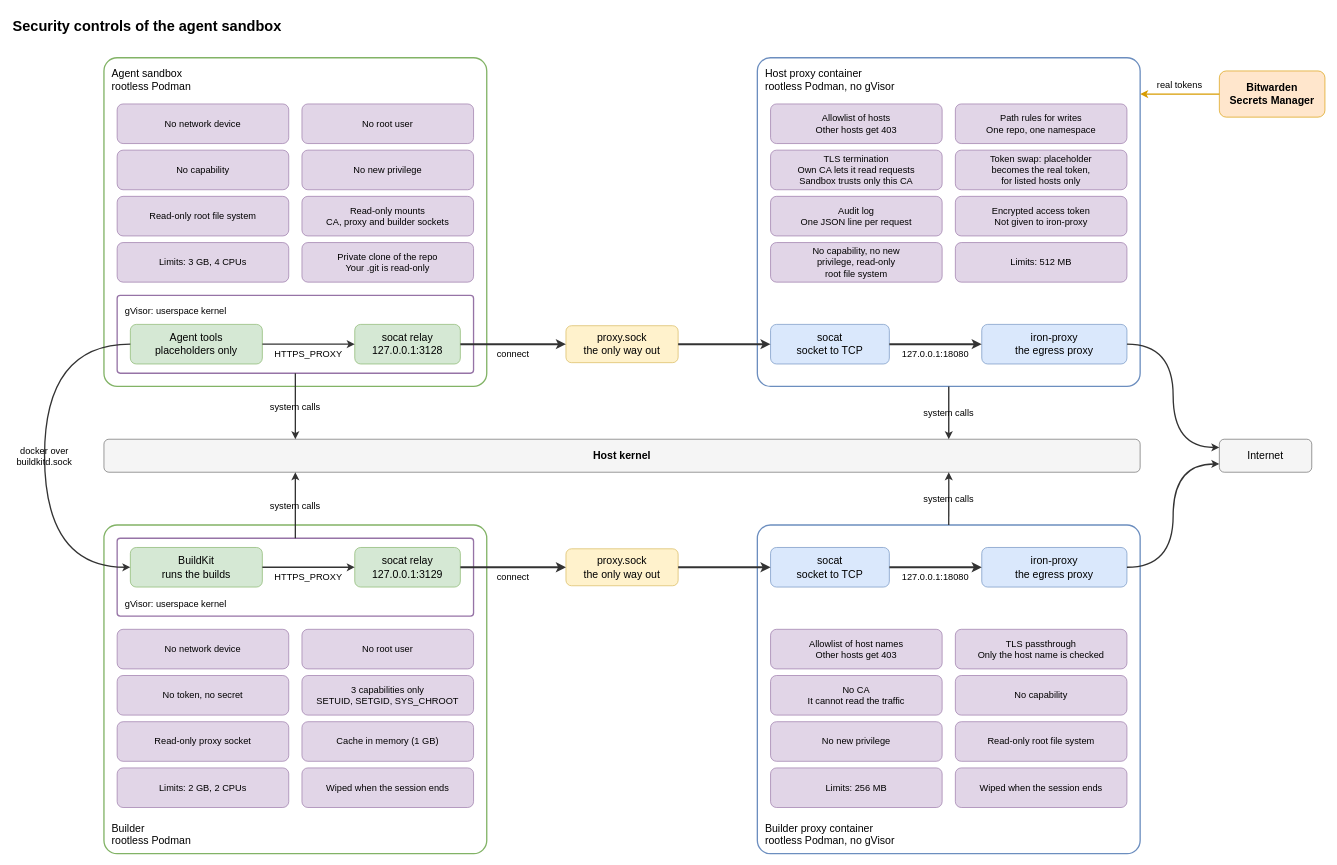
Earlier version of the draw.io diagram .sandbox/docs/diagrams/security-controls.drawio (raghav19/engineersdaybook). Source tidied: cells renumbered, new cells numbered last; positions are measured from the earlier drawing's top-left corner, leaving out a move shared by most shapes. Both pictures are drawn from the tidied source at 66%, with x=0, y=0 at pixel (11, 11).
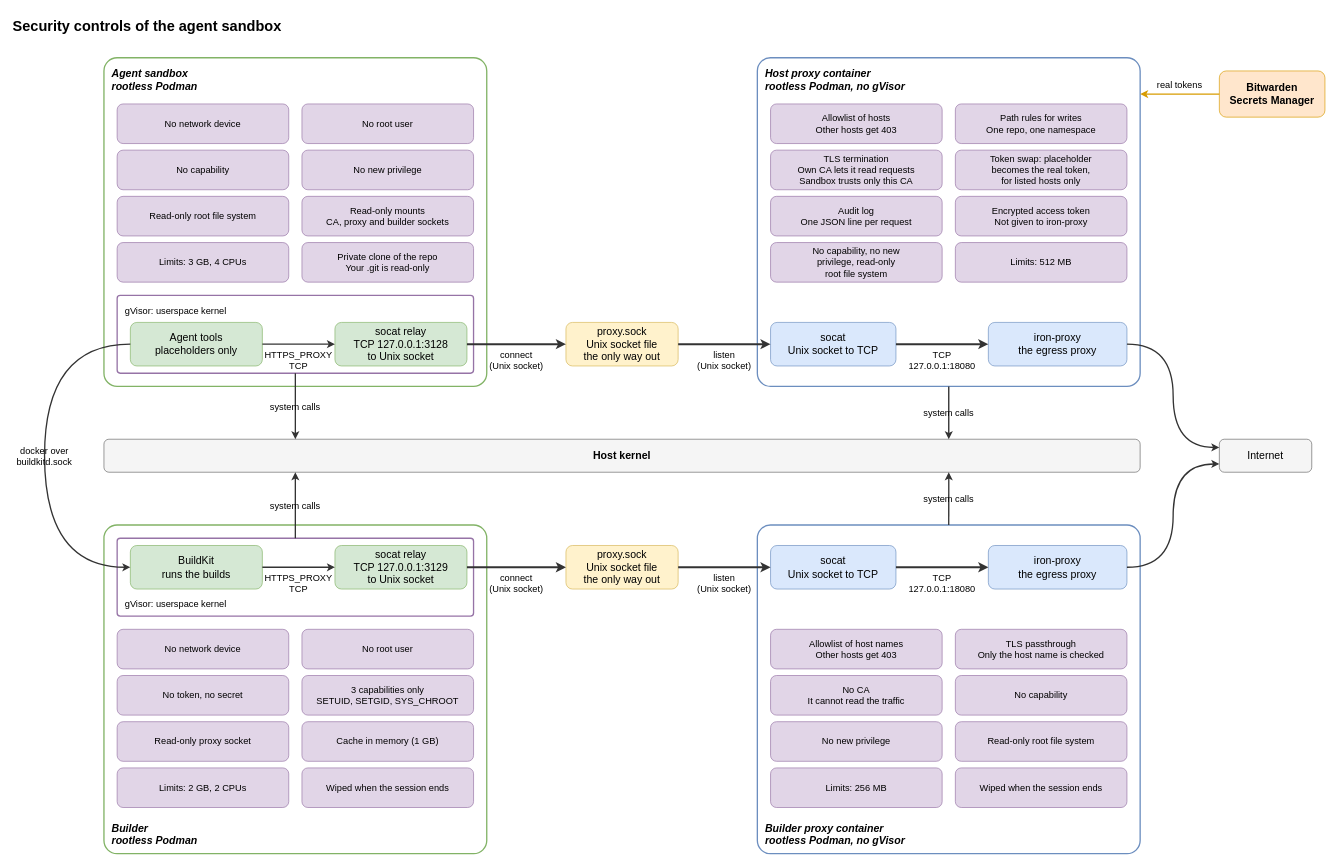
The same page after the edit.

Commit message (it also covers changes not shown here):
sandbox: name the TCP and Unix socket steps in the controls diagram

The relay boxes show TCP and the ports 3128 and 3129. The lines name the
Unix socket calls and the TCP step to iron-proxy. The container titles
are bold italic.

Change to the diagram source:
```diff
@@
-    <mxCell id="3" value="Host proxy container&#10;rootless Podman, no gVisor" style="rounded=1;arcSize=4;whiteSpace=wrap;html=0;fontSize=16;fillColor=#ffffff;strokeColor=#6c8ebf;strokeWidth=2;align=left;spacingLeft=10;verticalAlign=top;spacingTop=8;" parent="1" vertex="1">
+    <mxCell id="3" value="Host proxy container&#10;rootless Podman, no gVisor" style="rounded=1;arcSize=4;whiteSpace=wrap;html=0;fontSize=16;fillColor=#ffffff;strokeColor=#6c8ebf;strokeWidth=2;align=left;spacingLeft=10;fontStyle=3;verticalAlign=top;spacingTop=8;" parent="1" vertex="1">
       <mxGeometry x="1130" y="70" width="580" height="498" as="geometry" />
     </mxCell>
-    <mxCell id="4" value="socat&#10;socket to TCP" style="rounded=1;whiteSpace=wrap;html=0;fontSize=16;fillColor=#dae8fc;strokeColor=#6c8ebf;" parent="1" vertex="1">
-      <mxGeometry x="1150" y="474" width="180" height="60" as="geometry" />
+    <mxCell id="4" value="socat&#10;Unix socket to TCP" style="rounded=1;whiteSpace=wrap;html=0;fontSize=16;fillColor=#dae8fc;strokeColor=#6c8ebf;" parent="1" vertex="1">
+      <mxGeometry x="1150" y="471" width="190" height="66" as="geometry" />
     </mxCell>
@@
     <mxCell id="13" value="iron-proxy&#10;the egress proxy" style="rounded=1;whiteSpace=wrap;html=0;fontSize=16;fillColor=#dae8fc;strokeColor=#6c8ebf;" parent="1" vertex="1">
-      <mxGeometry x="1470" y="474" width="220" height="60" as="geometry" />
+      <mxGeometry x="1480" y="471" width="210" height="66" as="geometry" />
     </mxCell>
-    <mxCell id="14" value="Builder proxy container&#10;rootless Podman, no gVisor" style="rounded=1;arcSize=4;whiteSpace=wrap;html=0;fontSize=16;fillColor=#ffffff;strokeColor=#6c8ebf;strokeWidth=2;align=left;spacingLeft=10;verticalAlign=bottom;spacingBottom=8;" parent="1" vertex="1">
+    <mxCell id="14" value="Builder proxy container&#10;rootless Podman, no gVisor" style="rounded=1;arcSize=4;whiteSpace=wrap;html=0;fontSize=16;fillColor=#ffffff;strokeColor=#6c8ebf;strokeWidth=2;align=left;spacingLeft=10;fontStyle=3;verticalAlign=bottom;spacingBottom=8;" parent="1" vertex="1">
       <mxGeometry x="1130" y="778" width="580" height="498" as="geometry" />
     </mxCell>
-    <mxCell id="15" value="socat&#10;socket to TCP" style="rounded=1;whiteSpace=wrap;html=0;fontSize=16;fillColor=#dae8fc;strokeColor=#6c8ebf;" parent="1" vertex="1">
-      <mxGeometry x="1150" y="812" width="180" height="60" as="geometry" />
+    <mxCell id="15" value="socat&#10;Unix socket to TCP" style="rounded=1;whiteSpace=wrap;html=0;fontSize=16;fillColor=#dae8fc;strokeColor=#6c8ebf;" parent="1" vertex="1">
+      <mxGeometry x="1150" y="809" width="190" height="66" as="geometry" />
     </mxCell>
@@
     <mxCell id="24" value="iron-proxy&#10;the egress proxy" style="rounded=1;whiteSpace=wrap;html=0;fontSize=16;fillColor=#dae8fc;strokeColor=#6c8ebf;" parent="1" vertex="1">
-      <mxGeometry x="1470" y="812" width="220" height="60" as="geometry" />
+      <mxGeometry x="1480" y="809" width="210" height="66" as="geometry" />
     </mxCell>
-    <mxCell id="25" value="Agent sandbox&#10;rootless Podman" style="rounded=1;arcSize=4;whiteSpace=wrap;html=0;fontSize=16;fillColor=#ffffff;strokeColor=#82b366;strokeWidth=2;align=left;spacingLeft=10;verticalAlign=top;spacingTop=8;" parent="1" vertex="1">
+    <mxCell id="25" value="Agent sandbox&#10;rootless Podman" style="rounded=1;arcSize=4;whiteSpace=wrap;html=0;fontSize=16;fillColor=#ffffff;strokeColor=#82b366;strokeWidth=2;align=left;spacingLeft=10;fontStyle=3;verticalAlign=top;spacingTop=8;" parent="1" vertex="1">
       <mxGeometry x="140" y="70" width="580" height="498" as="geometry" />
     </mxCell>
@@
     <mxCell id="35" value="Agent tools&#10;placeholders only" style="rounded=1;whiteSpace=wrap;html=0;fontSize=16;fillColor=#d5e8d4;strokeColor=#82b366;" parent="1" vertex="1">
-      <mxGeometry x="180" y="474" width="200" height="60" as="geometry" />
+      <mxGeometry x="180" y="471" width="200" height="66" as="geometry" />
     </mxCell>
-    <mxCell id="36" value="socat relay&#10;127.0.0.1:3128" style="rounded=1;whiteSpace=wrap;html=0;fontSize=16;fillColor=#d5e8d4;strokeColor=#82b366;" parent="1" vertex="1">
-      <mxGeometry x="520" y="474" width="160" height="60" as="geometry" />
+    <mxCell id="36" value="socat relay&#10;TCP 127.0.0.1:3128&#10;to Unix socket" style="rounded=1;whiteSpace=wrap;html=0;fontSize=16;fillColor=#d5e8d4;strokeColor=#82b366;" parent="1" vertex="1">
+      <mxGeometry x="490" y="471" width="200" height="66" as="geometry" />
     </mxCell>
-    <mxCell id="37" value="Builder&#10;rootless Podman" style="rounded=1;arcSize=4;whiteSpace=wrap;html=0;fontSize=16;fillColor=#ffffff;strokeColor=#82b366;strokeWidth=2;align=left;spacingLeft=10;verticalAlign=bottom;spacingBottom=8;" parent="1" vertex="1">
+    <mxCell id="37" value="Builder&#10;rootless Podman" style="rounded=1;arcSize=4;whiteSpace=wrap;html=0;fontSize=16;fillColor=#ffffff;strokeColor=#82b366;strokeWidth=2;align=left;spacingLeft=10;fontStyle=3;verticalAlign=bottom;spacingBottom=8;" parent="1" vertex="1">
       <mxGeometry x="140" y="778" width="580" height="498" as="geometry" />
     </mxCell>
@@
     <mxCell id="47" value="BuildKit&#10;runs the builds" style="rounded=1;whiteSpace=wrap;html=0;fontSize=16;fillColor=#d5e8d4;strokeColor=#82b366;" parent="1" vertex="1">
-      <mxGeometry x="180" y="812" width="200" height="60" as="geometry" />
+      <mxGeometry x="180" y="809" width="200" height="66" as="geometry" />
     </mxCell>
-    <mxCell id="48" value="socat relay&#10;127.0.0.1:3129" style="rounded=1;whiteSpace=wrap;html=0;fontSize=16;fillColor=#d5e8d4;strokeColor=#82b366;" parent="1" vertex="1">
-      <mxGeometry x="520" y="812" width="160" height="60" as="geometry" />
+    <mxCell id="48" value="socat relay&#10;TCP 127.0.0.1:3129&#10;to Unix socket" style="rounded=1;whiteSpace=wrap;html=0;fontSize=16;fillColor=#d5e8d4;strokeColor=#82b366;" parent="1" vertex="1">
+      <mxGeometry x="490" y="809" width="200" height="66" as="geometry" />
     </mxCell>
-    <mxCell id="49" value="proxy.sock&#10;the only way out" style="rounded=1;whiteSpace=wrap;html=0;fontSize=16;fillColor=#fff2cc;strokeColor=#d6b656;" parent="1" vertex="1">
-      <mxGeometry x="840" y="476" width="170" height="56" as="geometry" />
+    <mxCell id="49" value="proxy.sock&#10;Unix socket file&#10;the only way out" style="rounded=1;whiteSpace=wrap;html=0;fontSize=16;fillColor=#fff2cc;strokeColor=#d6b656;" parent="1" vertex="1">
+      <mxGeometry x="840" y="471" width="170" height="66" as="geometry" />
     </mxCell>
-    <mxCell id="50" value="proxy.sock&#10;the only way out" style="rounded=1;whiteSpace=wrap;html=0;fontSize=16;fillColor=#fff2cc;strokeColor=#d6b656;" parent="1" vertex="1">
-      <mxGeometry x="840" y="814" width="170" height="56" as="geometry" />
+    <mxCell id="50" value="proxy.sock&#10;Unix socket file&#10;the only way out" style="rounded=1;whiteSpace=wrap;html=0;fontSize=16;fillColor=#fff2cc;strokeColor=#d6b656;" parent="1" vertex="1">
+      <mxGeometry x="840" y="809" width="170" height="66" as="geometry" />
     </mxCell>
@@
-    <mxCell id="54" value="HTTPS_PROXY" style="edgeStyle=orthogonalEdgeStyle;rounded=1;curved=1;html=0;labelBackgroundColor=none;defaultLabelBackgroundColor=gap;fontSize=14;strokeWidth=2;strokeColor=#333333;exitX=1;exitY=0.5;exitDx=0;exitDy=0;entryX=0;entryY=0.5;entryDx=0;entryDy=0;" parent="1" edge="1" source="35" target="36">
-      <mxGeometry y="-14" relative="1" as="geometry" />
+    <mxCell id="54" value="HTTPS_PROXY&#10;TCP" style="edgeStyle=orthogonalEdgeStyle;rounded=1;curved=1;html=0;labelBackgroundColor=none;defaultLabelBackgroundColor=gap;fontSize=14;strokeWidth=2;strokeColor=#333333;exitX=1;exitY=0.5;exitDx=0;exitDy=0;entryX=0;entryY=0.5;entryDx=0;entryDy=0;" parent="1" edge="1" source="35" target="36">
+      <mxGeometry y="-24" relative="1" as="geometry" />
     </mxCell>
-    <mxCell id="55" value="connect" style="edgeStyle=orthogonalEdgeStyle;rounded=1;curved=1;html=0;labelBackgroundColor=none;defaultLabelBackgroundColor=gap;fontSize=14;strokeWidth=3;strokeColor=#333333;exitX=1;exitY=0.5;exitDx=0;exitDy=0;entryX=0;entryY=0.5;entryDx=0;entryDy=0;" parent="1" edge="1" source="36" target="49">
-      <mxGeometry y="-14" relative="1" as="geometry" />
+    <mxCell id="55" value="connect&#10;(Unix socket)" style="edgeStyle=orthogonalEdgeStyle;rounded=1;curved=1;html=0;labelBackgroundColor=none;defaultLabelBackgroundColor=gap;fontSize=14;strokeWidth=3;strokeColor=#333333;exitX=1;exitY=0.5;exitDx=0;exitDy=0;entryX=0;entryY=0.5;entryDx=0;entryDy=0;" parent="1" edge="1" source="36" target="49">
+      <mxGeometry y="-24" relative="1" as="geometry" />
     </mxCell>
-    <mxCell id="56" style="edgeStyle=orthogonalEdgeStyle;rounded=1;curved=1;html=0;labelBackgroundColor=none;defaultLabelBackgroundColor=gap;fontSize=14;strokeWidth=3;strokeColor=#333333;exitX=1;exitY=0.5;exitDx=0;exitDy=0;entryX=0;entryY=0.5;entryDx=0;entryDy=0;" parent="1" edge="1" source="49" target="4">
-      <mxGeometry y="-14" relative="1" as="geometry" />
+    <mxCell id="56" value="listen&#10;(Unix socket)" style="edgeStyle=orthogonalEdgeStyle;rounded=1;curved=1;html=0;labelBackgroundColor=none;defaultLabelBackgroundColor=gap;fontSize=14;strokeWidth=3;strokeColor=#333333;exitX=1;exitY=0.5;exitDx=0;exitDy=0;entryX=0;entryY=0.5;entryDx=0;entryDy=0;" parent="1" edge="1" source="49" target="4">
+      <mxGeometry y="-24" relative="1" as="geometry" />
     </mxCell>
-    <mxCell id="57" value="127.0.0.1:18080" style="edgeStyle=orthogonalEdgeStyle;rounded=1;curved=1;html=0;labelBackgroundColor=none;defaultLabelBackgroundColor=gap;fontSize=14;strokeWidth=3;strokeColor=#333333;exitX=1;exitY=0.5;exitDx=0;exitDy=0;entryX=0;entryY=0.5;entryDx=0;entryDy=0;" parent="1" edge="1" source="4" target="13">
-      <mxGeometry y="-14" relative="1" as="geometry" />
+    <mxCell id="57" value="TCP&#10;127.0.0.1:18080" style="edgeStyle=orthogonalEdgeStyle;rounded=1;curved=1;html=0;labelBackgroundColor=none;defaultLabelBackgroundColor=gap;fontSize=14;strokeWidth=3;strokeColor=#333333;exitX=1;exitY=0.5;exitDx=0;exitDy=0;entryX=0;entryY=0.5;entryDx=0;entryDy=0;" parent="1" edge="1" source="4" target="13">
+      <mxGeometry y="-24" relative="1" as="geometry" />
     </mxCell>
@@
-    <mxCell id="60" value="HTTPS_PROXY" style="edgeStyle=orthogonalEdgeStyle;rounded=1;curved=1;html=0;labelBackgroundColor=none;defaultLabelBackgroundColor=gap;fontSize=14;strokeWidth=2;strokeColor=#333333;exitX=1;exitY=0.5;exitDx=0;exitDy=0;entryX=0;entryY=0.5;entryDx=0;entryDy=0;" parent="1" edge="1" source="47" target="48">
-      <mxGeometry y="-14" relative="1" as="geometry" />
+    <mxCell id="60" value="HTTPS_PROXY&#10;TCP" style="edgeStyle=orthogonalEdgeStyle;rounded=1;curved=1;html=0;labelBackgroundColor=none;defaultLabelBackgroundColor=gap;fontSize=14;strokeWidth=2;strokeColor=#333333;exitX=1;exitY=0.5;exitDx=0;exitDy=0;entryX=0;entryY=0.5;entryDx=0;entryDy=0;" parent="1" edge="1" source="47" target="48">
+      <mxGeometry y="-24" relative="1" as="geometry" />
     </mxCell>
-    <mxCell id="61" value="connect" style="edgeStyle=orthogonalEdgeStyle;rounded=1;curved=1;html=0;labelBackgroundColor=none;defaultLabelBackgroundColor=gap;fontSize=14;strokeWidth=3;strokeColor=#333333;exitX=1;exitY=0.5;exitDx=0;exitDy=0;entryX=0;entryY=0.5;entryDx=0;entryDy=0;" parent="1" edge="1" source="48" target="50">
-      <mxGeometry y="-14" relative="1" as="geometry" />
+    <mxCell id="61" value="connect&#10;(Unix socket)" style="edgeStyle=orthogonalEdgeStyle;rounded=1;curved=1;html=0;labelBackgroundColor=none;defaultLabelBackgroundColor=gap;fontSize=14;strokeWidth=3;strokeColor=#333333;exitX=1;exitY=0.5;exitDx=0;exitDy=0;entryX=0;entryY=0.5;entryDx=0;entryDy=0;" parent="1" edge="1" source="48" target="50">
+      <mxGeometry y="-24" relative="1" as="geometry" />
     </mxCell>
-    <mxCell id="62" style="edgeStyle=orthogonalEdgeStyle;rounded=1;curved=1;html=0;labelBackgroundColor=none;defaultLabelBackgroundColor=gap;fontSize=14;strokeWidth=3;strokeColor=#333333;exitX=1;exitY=0.5;exitDx=0;exitDy=0;entryX=0;entryY=0.5;entryDx=0;entryDy=0;" parent="1" edge="1" source="50" target="15">
-      <mxGeometry y="-14" relative="1" as="geometry" />
+    <mxCell id="62" value="listen&#10;(Unix socket)" style="edgeStyle=orthogonalEdgeStyle;rounded=1;curved=1;html=0;labelBackgroundColor=none;defaultLabelBackgroundColor=gap;fontSize=14;strokeWidth=3;strokeColor=#333333;exitX=1;exitY=0.5;exitDx=0;exitDy=0;entryX=0;entryY=0.5;entryDx=0;entryDy=0;" parent="1" edge="1" source="50" target="15">
+      <mxGeometry y="-24" relative="1" as="geometry" />
     </mxCell>
-    <mxCell id="63" value="127.0.0.1:18080" style="edgeStyle=orthogonalEdgeStyle;rounded=1;curved=1;html=0;labelBackgroundColor=none;defaultLabelBackgroundColor=gap;fontSize=14;strokeWidth=3;strokeColor=#333333;exitX=1;exitY=0.5;exitDx=0;exitDy=0;entryX=0;entryY=0.5;entryDx=0;entryDy=0;" parent="1" edge="1" source="15" target="24">
-      <mxGeometry y="-14" relative="1" as="geometry" />
+    <mxCell id="63" value="TCP&#10;127.0.0.1:18080" style="edgeStyle=orthogonalEdgeStyle;rounded=1;curved=1;html=0;labelBackgroundColor=none;defaultLabelBackgroundColor=gap;fontSize=14;strokeWidth=3;strokeColor=#333333;exitX=1;exitY=0.5;exitDx=0;exitDy=0;entryX=0;entryY=0.5;entryDx=0;entryDy=0;" parent="1" edge="1" source="15" target="24">
+      <mxGeometry y="-24" relative="1" as="geometry" />
     </mxCell>
```
